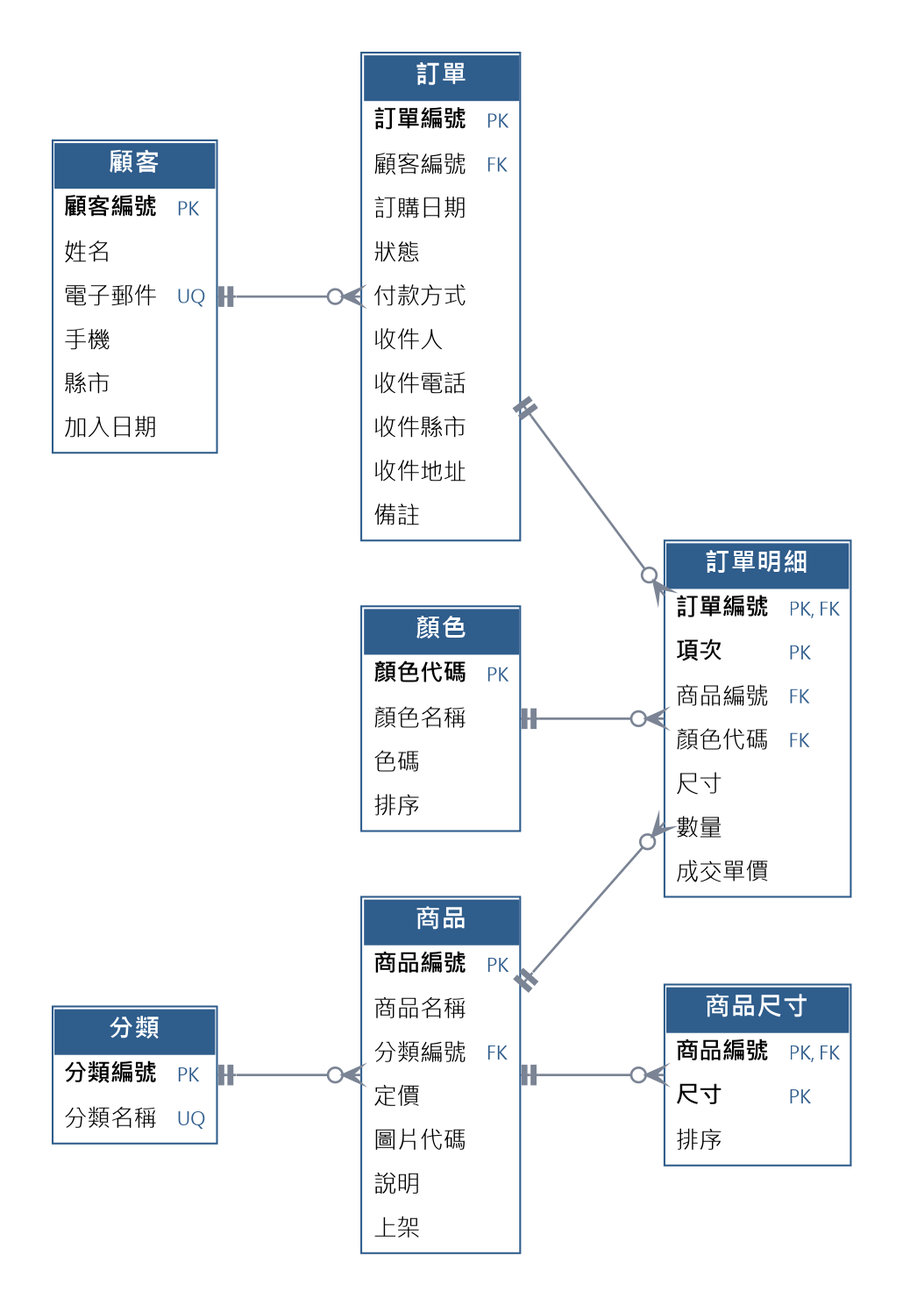
Above: web/database/diagrams/schema.png in victoryoyoyoo/Custom-Sportswear-Store (Graphviz), before the change. Its source is kept beside it as web/database/diagrams/schema.dot. The source it was exported from:
```dot
digraph S {
  graph [rankdir=LR, fontname="Microsoft JhengHei", bgcolor="white", pad="0.4", nodesep="0.5", ranksep="1.1", splines=true];
  node [shape=plain, fontname="Microsoft JhengHei"];
  edge [color="#7B8494", penwidth=1.3, arrowhead=crowodot, arrowtail=teetee, dir=both];
  T1 [label=<<TABLE BORDER="1" CELLBORDER="0" CELLSPACING="0" CELLPADDING="5" COLOR="#2F5D8C"><TR><TD BGCOLOR="#2F5D8C" COLSPAN="2"><FONT COLOR="white" POINT-SIZE="14"><B>顧客</B></FONT></TD></TR><TR><TD ALIGN="LEFT"><FONT POINT-SIZE="13"><B>顧客編號</B></FONT></TD><TD ALIGN="LEFT"><FONT POINT-SIZE="10" COLOR="#2F5D8C">PK</FONT></TD></TR><TR><TD ALIGN="LEFT"><FONT POINT-SIZE="13">姓名</FONT></TD><TD ALIGN="LEFT"><FONT POINT-SIZE="10" COLOR="#FFFFFF">.</FONT></TD></TR><TR><TD ALIGN="LEFT"><FONT POINT-SIZE="13">電子郵件</FONT></TD><TD ALIGN="LEFT"><FONT POINT-SIZE="10" COLOR="#2F5D8C">UQ</FONT></TD></TR><TR><TD ALIGN="LEFT"><FONT POINT-SIZE="13">手機</FONT></TD><TD ALIGN="LEFT"><FONT POINT-SIZE="10" COLOR="#FFFFFF">.</FONT></TD></TR><TR><TD ALIGN="LEFT"><FONT POINT-SIZE="13">縣市</FONT></TD><TD ALIGN="LEFT"><FONT POINT-SIZE="10" COLOR="#FFFFFF">.</FONT></TD></TR><TR><TD ALIGN="LEFT"><FONT POINT-SIZE="13">加入日期</FONT></TD><TD ALIGN="LEFT"><FONT POINT-SIZE="10" COLOR="#FFFFFF">.</FONT></TD></TR></TABLE>>];
  T2 [label=<<TABLE BORDER="1" CELLBORDER="0" CELLSPACING="0" CELLPADDING="5" COLOR="#2F5D8C"><TR><TD BGCOLOR="#2F5D8C" COLSPAN="2"><FONT COLOR="white" POINT-SIZE="14"><B>訂單</B></FONT></TD></TR><TR><TD ALIGN="LEFT"><FONT POINT-SIZE="13"><B>訂單編號</B></FONT></TD><TD ALIGN="LEFT"><FONT POINT-SIZE="10" COLOR="#2F5D8C">PK</FONT></TD></TR><TR><TD ALIGN="LEFT"><FONT POINT-SIZE="13">顧客編號</FONT></TD><TD ALIGN="LEFT"><FONT POINT-SIZE="10" COLOR="#2F5D8C">FK</FONT></TD></TR><TR><TD ALIGN="LEFT"><FONT POINT-SIZE="13">訂購日期</FONT></TD><TD ALIGN="LEFT"><FONT POINT-SIZE="10" COLOR="#FFFFFF">.</FONT></TD></TR><TR><TD ALIGN="LEFT"><FONT POINT-SIZE="13">狀態</FONT></TD><TD ALIGN="LEFT"><FONT POINT-SIZE="10" COLOR="#FFFFFF">.</FONT></TD></TR><TR><TD ALIGN="LEFT"><FONT POINT-SIZE="13">付款方式</FONT></TD><TD ALIGN="LEFT"><FONT POINT-SIZE="10" COLOR="#FFFFFF">.</FONT></TD></TR><TR><TD ALIGN="LEFT"><FONT POINT-SIZE="13">收件人</FONT></TD><TD ALIGN="LEFT"><FONT POINT-SIZE="10" COLOR="#FFFFFF">.</FONT></TD></TR><TR><TD ALIGN="LEFT"><FONT POINT-SIZE="13">收件電話</FONT></TD><TD ALIGN="LEFT"><FONT POINT-SIZE="10" COLOR="#FFFFFF">.</FONT></TD></TR><TR><TD ALIGN="LEFT"><FONT POINT-SIZE="13">收件縣市</FONT></TD><TD ALIGN="LEFT"><FONT POINT-SIZE="10" COLOR="#FFFFFF">.</FONT></TD></TR><TR><TD ALIGN="LEFT"><FONT POINT-SIZE="13">收件地址</FONT></TD><TD ALIGN="LEFT"><FONT POINT-SIZE="10" COLOR="#FFFFFF">.</FONT></TD></TR><TR><TD ALIGN="LEFT"><FONT POINT-SIZE="13">備註</FONT></TD><TD ALIGN="LEFT"><FONT POINT-SIZE="10" COLOR="#FFFFFF">.</FONT></TD></TR></TABLE>>];
  T3 [label=<<TABLE BORDER="1" CELLBORDER="0" CELLSPACING="0" CELLPADDING="5" COLOR="#2F5D8C"><TR><TD BGCOLOR="#2F5D8C" COLSPAN="2"><FONT COLOR="white" POINT-SIZE="14"><B>訂單明細</B></FONT></TD></TR><TR><TD ALIGN="LEFT"><FONT POINT-SIZE="13"><B>訂單編號</B></FONT></TD><TD ALIGN="LEFT"><FONT POINT-SIZE="10" COLOR="#2F5D8C">PK, FK</FONT></TD></TR><TR><TD ALIGN="LEFT"><FONT POINT-SIZE="13"><B>項次</B></FONT></TD><TD ALIGN="LEFT"><FONT POINT-SIZE="10" COLOR="#2F5D8C">PK</FONT></TD></TR><TR><TD ALIGN="LEFT"><FONT POINT-SIZE="13">商品編號</FONT></TD><TD ALIGN="LEFT"><FONT POINT-SIZE="10" COLOR="#2F5D8C">FK</FONT></TD></TR><TR><TD ALIGN="LEFT"><FONT POINT-SIZE="13">顏色代碼</FONT></TD><TD ALIGN="LEFT"><FONT POINT-SIZE="10" COLOR="#2F5D8C">FK</FONT></TD></TR><TR><TD ALIGN="LEFT"><FONT POINT-SIZE="13">尺寸</FONT></TD><TD ALIGN="LEFT"><FONT POINT-SIZE="10" COLOR="#FFFFFF">.</FONT></TD></TR><TR><TD ALIGN="LEFT"><FONT POINT-SIZE="13">數量</FONT></TD><TD ALIGN="LEFT"><FONT POINT-SIZE="10" COLOR="#FFFFFF">.</FONT></TD></TR><TR><TD ALIGN="LEFT"><FONT POINT-SIZE="13">成交單價</FONT></TD><TD ALIGN="LEFT"><FONT POINT-SIZE="10" COLOR="#FFFFFF">.</FONT></TD></TR></TABLE>>];
  T4 [label=<<TABLE BORDER="1" CELLBORDER="0" CELLSPACING="0" CELLPADDING="5" COLOR="#2F5D8C"><TR><TD BGCOLOR="#2F5D8C" COLSPAN="2"><FONT COLOR="white" POINT-SIZE="14"><B>商品</B></FONT></TD></TR><TR><TD ALIGN="LEFT"><FONT POINT-SIZE="13"><B>商品編號</B></FONT></TD><TD ALIGN="LEFT"><FONT POINT-SIZE="10" COLOR="#2F5D8C">PK</FONT></TD></TR><TR><TD ALIGN="LEFT"><FONT POINT-SIZE="13">商品名稱</FONT></TD><TD ALIGN="LEFT"><FONT POINT-SIZE="10" COLOR="#FFFFFF">.</FONT></TD></TR><TR><TD ALIGN="LEFT"><FONT POINT-SIZE="13">分類編號</FONT></TD><TD ALIGN="LEFT"><FONT POINT-SIZE="10" COLOR="#2F5D8C">FK</FONT></TD></TR><TR><TD ALIGN="LEFT"><FONT POINT-SIZE="13">定價</FONT></TD><TD ALIGN="LEFT"><FONT POINT-SIZE="10" COLOR="#FFFFFF">.</FONT></TD></TR><TR><TD ALIGN="LEFT"><FONT POINT-SIZE="13">圖片代碼</FONT></TD><TD ALIGN="LEFT"><FONT POINT-SIZE="10" COLOR="#FFFFFF">.</FONT></TD></TR><TR><TD ALIGN="LEFT"><FONT POINT-SIZE="13">說明</FONT></TD><TD ALIGN="LEFT"><FONT POINT-SIZE="10" COLOR="#FFFFFF">.</FONT></TD></TR><TR><TD ALIGN="LEFT"><FONT POINT-SIZE="13">上架</FONT></TD><TD ALIGN="LEFT"><FONT POINT-SIZE="10" COLOR="#FFFFFF">.</FONT></TD></TR></TABLE>>];
  T5 [label=<<TABLE BORDER="1" CELLBORDER="0" CELLSPACING="0" CELLPADDING="5" COLOR="#2F5D8C"><TR><TD BGCOLOR="#2F5D8C" COLSPAN="2"><FONT COLOR="white" POINT-SIZE="14"><B>商品尺寸</B></FONT></TD></TR><TR><TD ALIGN="LEFT"><FONT POINT-SIZE="13"><B>商品編號</B></FONT></TD><TD ALIGN="LEFT"><FONT POINT-SIZE="10" COLOR="#2F5D8C">PK, FK</FONT></TD></TR><TR><TD ALIGN="LEFT"><FONT POINT-SIZE="13"><B>尺寸</B></FONT></TD><TD ALIGN="LEFT"><FONT POINT-SIZE="10" COLOR="#2F5D8C">PK</FONT></TD></TR><TR><TD ALIGN="LEFT"><FONT POINT-SIZE="13">排序</FONT></TD><TD ALIGN="LEFT"><FONT POINT-SIZE="10" COLOR="#FFFFFF">.</FONT></TD></TR></TABLE>>];
  T6 [label=<<TABLE BORDER="1" CELLBORDER="0" CELLSPACING="0" CELLPADDING="5" COLOR="#2F5D8C"><TR><TD BGCOLOR="#2F5D8C" COLSPAN="2"><FONT COLOR="white" POINT-SIZE="14"><B>分類</B></FONT></TD></TR><TR><TD ALIGN="LEFT"><FONT POINT-SIZE="13"><B>分類編號</B></FONT></TD><TD ALIGN="LEFT"><FONT POINT-SIZE="10" COLOR="#2F5D8C">PK</FONT></TD></TR><TR><TD ALIGN="LEFT"><FONT POINT-SIZE="13">分類名稱</FONT></TD><TD ALIGN="LEFT"><FONT POINT-SIZE="10" COLOR="#2F5D8C">UQ</FONT></TD></TR></TABLE>>];
  T7 [label=<<TABLE BORDER="1" CELLBORDER="0" CELLSPACING="0" CELLPADDING="5" COLOR="#2F5D8C"><TR><TD BGCOLOR="#2F5D8C" COLSPAN="2"><FONT COLOR="white" POINT-SIZE="14"><B>顏色</B></FONT></TD></TR><TR><TD ALIGN="LEFT"><FONT POINT-SIZE="13"><B>顏色代碼</B></FONT></TD><TD ALIGN="LEFT"><FONT POINT-SIZE="10" COLOR="#2F5D8C">PK</FONT></TD></TR><TR><TD ALIGN="LEFT"><FONT POINT-SIZE="13">顏色名稱</FONT></TD><TD ALIGN="LEFT"><FONT POINT-SIZE="10" COLOR="#FFFFFF">.</FONT></TD></TR><TR><TD ALIGN="LEFT"><FONT POINT-SIZE="13">色碼</FONT></TD><TD ALIGN="LEFT"><FONT POINT-SIZE="10" COLOR="#FFFFFF">.</FONT></TD></TR><TR><TD ALIGN="LEFT"><FONT POINT-SIZE="13">排序</FONT></TD><TD ALIGN="LEFT"><FONT POINT-SIZE="10" COLOR="#FFFFFF">.</FONT></TD></TR></TABLE>>];
  T1 -> T2;
  T2 -> T3;
  T4 -> T3;
  T7 -> T3;
  T6 -> T4;
  T4 -> T5;
  {rank=same; T1; T6;}
  {rank=same; T2; T4; T7;}
  {rank=same; T3; T5;}
}
```
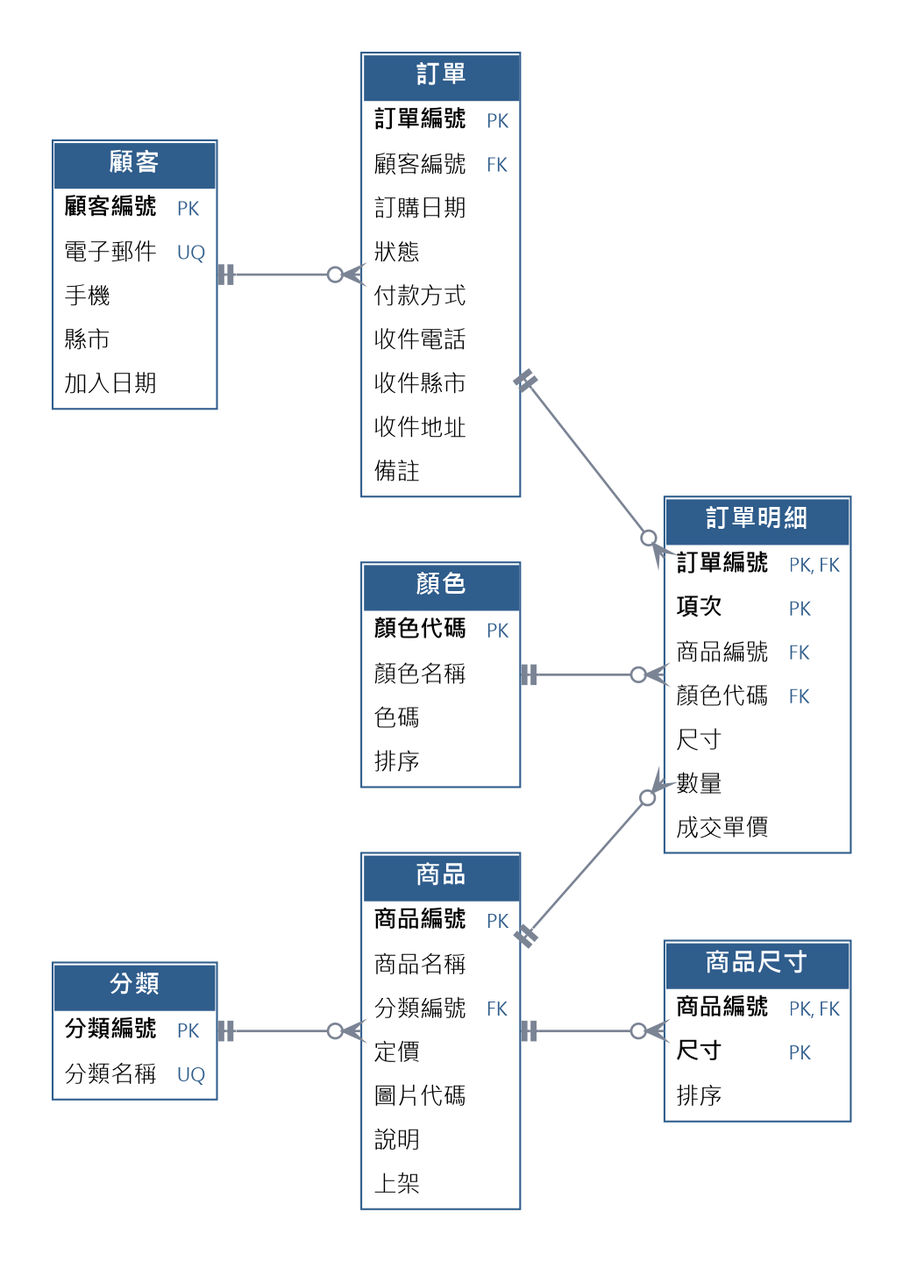
The same file after the commit.

The edit, as a diff of the source:
```diff
@@ -2,8 +2,8 @@
   graph [rankdir=LR, fontname="Microsoft JhengHei", bgcolor="white", pad="0.4", nodesep="0.5", ranksep="1.1", splines=true];
   node [shape=plain, fontname="Microsoft JhengHei"];
   edge [color="#7B8494", penwidth=1.3, arrowhead=crowodot, arrowtail=teetee, dir=both];
-  T1 [label=<<TABLE BORDER="1" CELLBORDER="0" CELLSPACING="0" CELLPADDING="5" COLOR="#2F5D8C"><TR><TD BGCOLOR="#2F5D8C" COLSPAN="2"><FONT COLOR="white" POINT-SIZE="14"><B>顧客</B></FONT></TD></TR><TR><TD ALIGN="LEFT"><FONT POINT-SIZE="13"><B>顧客編號</B></FONT></TD><TD ALIGN="LEFT"><FONT POINT-SIZE="10" COLOR="#2F5D8C">PK</FONT></TD></TR><TR><TD ALIGN="LEFT"><FONT POINT-SIZE="13">姓名</FONT></TD><TD ALIGN="LEFT"><FONT POINT-SIZE="10" COLOR="#FFFFFF">.</FONT></TD></TR><TR><TD ALIGN="LEFT"><FONT POINT-SIZE="13">電子郵件</FONT></TD><TD ALIGN="LEFT"><FONT POINT-SIZE="10" COLOR="#2F5D8C">UQ</FONT></TD></TR><TR><TD ALIGN="LEFT"><FONT POINT-SIZE="13">手機</FONT></TD><TD ALIGN="LEFT"><FONT POINT-SIZE="10" COLOR="#FFFFFF">.</FONT></TD></TR><TR><TD ALIGN="LEFT"><FONT POINT-SIZE="13">縣市</FONT></TD><TD ALIGN="LEFT"><FONT POINT-SIZE="10" COLOR="#FFFFFF">.</FONT></TD></TR><TR><TD ALIGN="LEFT"><FONT POINT-SIZE="13">加入日期</FONT></TD><TD ALIGN="LEFT"><FONT POINT-SIZE="10" COLOR="#FFFFFF">.</FONT></TD></TR></TABLE>>];
-  T2 [label=<<TABLE BORDER="1" CELLBORDER="0" CELLSPACING="0" CELLPADDING="5" COLOR="#2F5D8C"><TR><TD BGCOLOR="#2F5D8C" COLSPAN="2"><FONT COLOR="white" POINT-SIZE="14"><B>訂單</B></FONT></TD></TR><TR><TD ALIGN="LEFT"><FONT POINT-SIZE="13"><B>訂單編號</B></FONT></TD><TD ALIGN="LEFT"><FONT POINT-SIZE="10" COLOR="#2F5D8C">PK</FONT></TD></TR><TR><TD ALIGN="LEFT"><FONT POINT-SIZE="13">顧客編號</FONT></TD><TD ALIGN="LEFT"><FONT POINT-SIZE="10" COLOR="#2F5D8C">FK</FONT></TD></TR><TR><TD ALIGN="LEFT"><FONT POINT-SIZE="13">訂購日期</FONT></TD><TD ALIGN="LEFT"><FONT POINT-SIZE="10" COLOR="#FFFFFF">.</FONT></TD></TR><TR><TD ALIGN="LEFT"><FONT POINT-SIZE="13">狀態</FONT></TD><TD ALIGN="LEFT"><FONT POINT-SIZE="10" COLOR="#FFFFFF">.</FONT></TD></TR><TR><TD ALIGN="LEFT"><FONT POINT-SIZE="13">付款方式</FONT></TD><TD ALIGN="LEFT"><FONT POINT-SIZE="10" COLOR="#FFFFFF">.</FONT></TD></TR><TR><TD ALIGN="LEFT"><FONT POINT-SIZE="13">收件人</FONT></TD><TD ALIGN="LEFT"><FONT POINT-SIZE="10" COLOR="#FFFFFF">.</FONT></TD></TR><TR><TD ALIGN="LEFT"><FONT POINT-SIZE="13">收件電話</FONT></TD><TD ALIGN="LEFT"><FONT POINT-SIZE="10" COLOR="#FFFFFF">.</FONT></TD></TR><TR><TD ALIGN="LEFT"><FONT POINT-SIZE="13">收件縣市</FONT></TD><TD ALIGN="LEFT"><FONT POINT-SIZE="10" COLOR="#FFFFFF">.</FONT></TD></TR><TR><TD ALIGN="LEFT"><FONT POINT-SIZE="13">收件地址</FONT></TD><TD ALIGN="LEFT"><FONT POINT-SIZE="10" COLOR="#FFFFFF">.</FONT></TD></TR><TR><TD ALIGN="LEFT"><FONT POINT-SIZE="13">備註</FONT></TD><TD ALIGN="LEFT"><FONT POINT-SIZE="10" COLOR="#FFFFFF">.</FONT></TD></TR></TABLE>>];
+  T1 [label=<<TABLE BORDER="1" CELLBORDER="0" CELLSPACING="0" CELLPADDING="5" COLOR="#2F5D8C"><TR><TD BGCOLOR="#2F5D8C" COLSPAN="2"><FONT COLOR="white" POINT-SIZE="14"><B>顧客</B></FONT></TD></TR><TR><TD ALIGN="LEFT"><FONT POINT-SIZE="13"><B>顧客編號</B></FONT></TD><TD ALIGN="LEFT"><FONT POINT-SIZE="10" COLOR="#2F5D8C">PK</FONT></TD></TR><TR><TD ALIGN="LEFT"><FONT POINT-SIZE="13">電子郵件</FONT></TD><TD ALIGN="LEFT"><FONT POINT-SIZE="10" COLOR="#2F5D8C">UQ</FONT></TD></TR><TR><TD ALIGN="LEFT"><FONT POINT-SIZE="13">手機</FONT></TD><TD ALIGN="LEFT"><FONT POINT-SIZE="10" COLOR="#FFFFFF">.</FONT></TD></TR><TR><TD ALIGN="LEFT"><FONT POINT-SIZE="13">縣市</FONT></TD><TD ALIGN="LEFT"><FONT POINT-SIZE="10" COLOR="#FFFFFF">.</FONT></TD></TR><TR><TD ALIGN="LEFT"><FONT POINT-SIZE="13">加入日期</FONT></TD><TD ALIGN="LEFT"><FONT POINT-SIZE="10" COLOR="#FFFFFF">.</FONT></TD></TR></TABLE>>];
+  T2 [label=<<TABLE BORDER="1" CELLBORDER="0" CELLSPACING="0" CELLPADDING="5" COLOR="#2F5D8C"><TR><TD BGCOLOR="#2F5D8C" COLSPAN="2"><FONT COLOR="white" POINT-SIZE="14"><B>訂單</B></FONT></TD></TR><TR><TD ALIGN="LEFT"><FONT POINT-SIZE="13"><B>訂單編號</B></FONT></TD><TD ALIGN="LEFT"><FONT POINT-SIZE="10" COLOR="#2F5D8C">PK</FONT></TD></TR><TR><TD ALIGN="LEFT"><FONT POINT-SIZE="13">顧客編號</FONT></TD><TD ALIGN="LEFT"><FONT POINT-SIZE="10" COLOR="#2F5D8C">FK</FONT></TD></TR><TR><TD ALIGN="LEFT"><FONT POINT-SIZE="13">訂購日期</FONT></TD><TD ALIGN="LEFT"><FONT POINT-SIZE="10" COLOR="#FFFFFF">.</FONT></TD></TR><TR><TD ALIGN="LEFT"><FONT POINT-SIZE="13">狀態</FONT></TD><TD ALIGN="LEFT"><FONT POINT-SIZE="10" COLOR="#FFFFFF">.</FONT></TD></TR><TR><TD ALIGN="LEFT"><FONT POINT-SIZE="13">付款方式</FONT></TD><TD ALIGN="LEFT"><FONT POINT-SIZE="10" COLOR="#FFFFFF">.</FONT></TD></TR><TR><TD ALIGN="LEFT"><FONT POINT-SIZE="13">收件電話</FONT></TD><TD ALIGN="LEFT"><FONT POINT-SIZE="10" COLOR="#FFFFFF">.</FONT></TD></TR><TR><TD ALIGN="LEFT"><FONT POINT-SIZE="13">收件縣市</FONT></TD><TD ALIGN="LEFT"><FONT POINT-SIZE="10" COLOR="#FFFFFF">.</FONT></TD></TR><TR><TD ALIGN="LEFT"><FONT POINT-SIZE="13">收件地址</FONT></TD><TD ALIGN="LEFT"><FONT POINT-SIZE="10" COLOR="#FFFFFF">.</FONT></TD></TR><TR><TD ALIGN="LEFT"><FONT POINT-SIZE="13">備註</FONT></TD><TD ALIGN="LEFT"><FONT POINT-SIZE="10" COLOR="#FFFFFF">.</FONT></TD></TR></TABLE>>];
   T3 [label=<<TABLE BORDER="1" CELLBORDER="0" CELLSPACING="0" CELLPADDING="5" COLOR="#2F5D8C"><TR><TD BGCOLOR="#2F5D8C" COLSPAN="2"><FONT COLOR="white" POINT-SIZE="14"><B>訂單明細</B></FONT></TD></TR><TR><TD ALIGN="LEFT"><FONT POINT-SIZE="13"><B>訂單編號</B></FONT></TD><TD ALIGN="LEFT"><FONT POINT-SIZE="10" COLOR="#2F5D8C">PK, FK</FONT></TD></TR><TR><TD ALIGN="LEFT"><FONT POINT-SIZE="13"><B>項次</B></FONT></TD><TD ALIGN="LEFT"><FONT POINT-SIZE="10" COLOR="#2F5D8C">PK</FONT></TD></TR><TR><TD ALIGN="LEFT"><FONT POINT-SIZE="13">商品編號</FONT></TD><TD ALIGN="LEFT"><FONT POINT-SIZE="10" COLOR="#2F5D8C">FK</FONT></TD></TR><TR><TD ALIGN="LEFT"><FONT POINT-SIZE="13">顏色代碼</FONT></TD><TD ALIGN="LEFT"><FONT POINT-SIZE="10" COLOR="#2F5D8C">FK</FONT></TD></TR><TR><TD ALIGN="LEFT"><FONT POINT-SIZE="13">尺寸</FONT></TD><TD ALIGN="LEFT"><FONT POINT-SIZE="10" COLOR="#FFFFFF">.</FONT></TD></TR><TR><TD ALIGN="LEFT"><FONT POINT-SIZE="13">數量</FONT></TD><TD ALIGN="LEFT"><FONT POINT-SIZE="10" COLOR="#FFFFFF">.</FONT></TD></TR><TR><TD ALIGN="LEFT"><FONT POINT-SIZE="13">成交單價</FONT></TD><TD ALIGN="LEFT"><FONT POINT-SIZE="10" COLOR="#FFFFFF">.</FONT></TD></TR></TABLE>>];
   T4 [label=<<TABLE BORDER="1" CELLBORDER="0" CELLSPACING="0" CELLPADDING="5" COLOR="#2F5D8C"><TR><TD BGCOLOR="#2F5D8C" COLSPAN="2"><FONT COLOR="white" POINT-SIZE="14"><B>商品</B></FONT></TD></TR><TR><TD ALIGN="LEFT"><FONT POINT-SIZE="13"><B>商品編號</B></FONT></TD><TD ALIGN="LEFT"><FONT POINT-SIZE="10" COLOR="#2F5D8C">PK</FONT></TD></TR><TR><TD ALIGN="LEFT"><FONT POINT-SIZE="13">商品名稱</FONT></TD><TD ALIGN="LEFT"><FONT POINT-SIZE="10" COLOR="#FFFFFF">.</FONT></TD></TR><TR><TD ALIGN="LEFT"><FONT POINT-SIZE="13">分類編號</FONT></TD><TD ALIGN="LEFT"><FONT POINT-SIZE="10" COLOR="#2F5D8C">FK</FONT></TD></TR><TR><TD ALIGN="LEFT"><FONT POINT-SIZE="13">定價</FONT></TD><TD ALIGN="LEFT"><FONT POINT-SIZE="10" COLOR="#FFFFFF">.</FONT></TD></TR><TR><TD ALIGN="LEFT"><FONT POINT-SIZE="13">圖片代碼</FONT></TD><TD ALIGN="LEFT"><FONT POINT-SIZE="10" COLOR="#FFFFFF">.</FONT></TD></TR><TR><TD ALIGN="LEFT"><FONT POINT-SIZE="13">說明</FONT></TD><TD ALIGN="LEFT"><FONT POINT-SIZE="10" COLOR="#FFFFFF">.</FONT></TD></TR><TR><TD ALIGN="LEFT"><FONT POINT-SIZE="13">上架</FONT></TD><TD ALIGN="LEFT"><FONT POINT-SIZE="10" COLOR="#FFFFFF">.</FONT></TD></TR></TABLE>>];
   T5 [label=<<TABLE BORDER="1" CELLBORDER="0" CELLSPACING="0" CELLPADDING="5" COLOR="#2F5D8C"><TR><TD BGCOLOR="#2F5D8C" COLSPAN="2"><FONT COLOR="white" POINT-SIZE="14"><B>商品尺寸</B></FONT></TD></TR><TR><TD ALIGN="LEFT"><FONT POINT-SIZE="13"><B>商品編號</B></FONT></TD><TD ALIGN="LEFT"><FONT POINT-SIZE="10" COLOR="#2F5D8C">PK, FK</FONT></TD></TR><TR><TD ALIGN="LEFT"><FONT POINT-SIZE="13"><B>尺寸</B></FONT></TD><TD ALIGN="LEFT"><FONT POINT-SIZE="10" COLOR="#2F5D8C">PK</FONT></TD></TR><TR><TD ALIGN="LEFT"><FONT POINT-SIZE="13">排序</FONT></TD><TD ALIGN="LEFT"><FONT POINT-SIZE="10" COLOR="#FFFFFF">.</FONT></TD></TR></TABLE>>];
```
